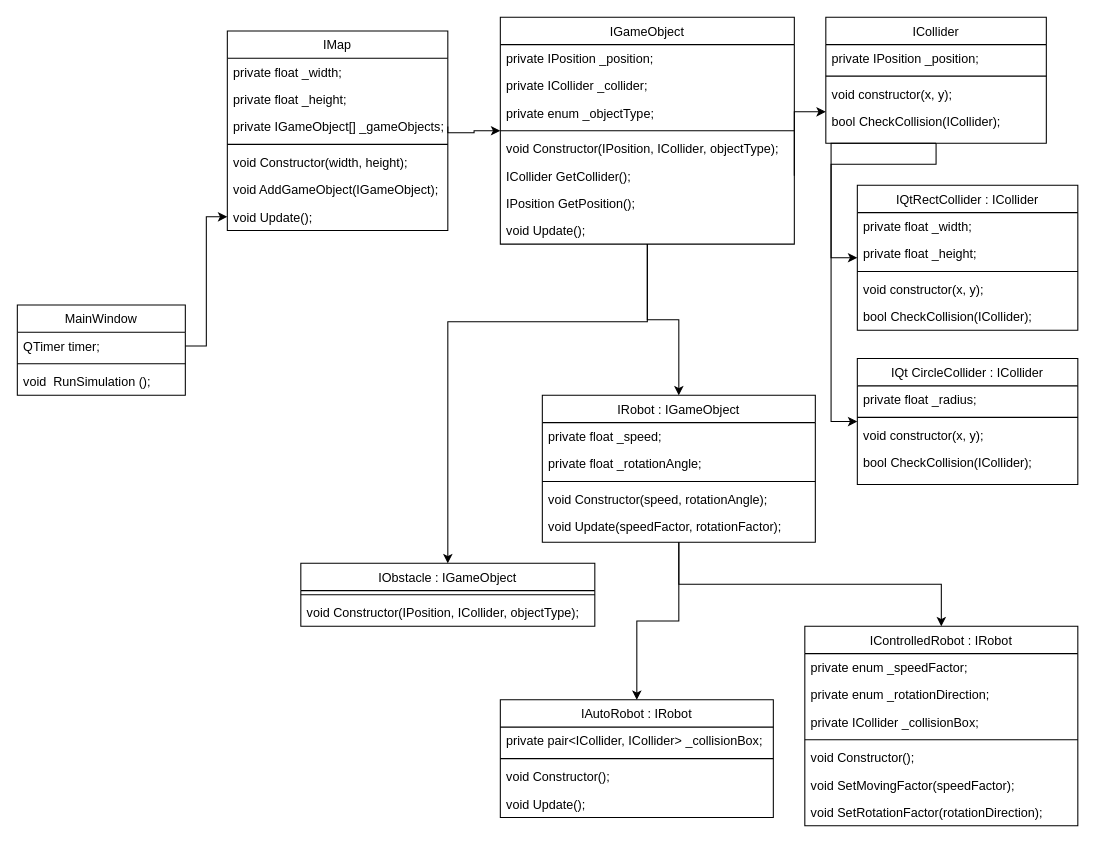
This is icp2024.drawio from 4esterea/icp2024, a draw.io file, before an edit. Source tidied: cells renumbered, new cells numbered last; positions are measured from the earlier drawing's top-left corner, leaving out a move shared by most shapes. Both pictures are drawn from the tidied source at 105%, with x=0, y=0 at pixel (17, 17).
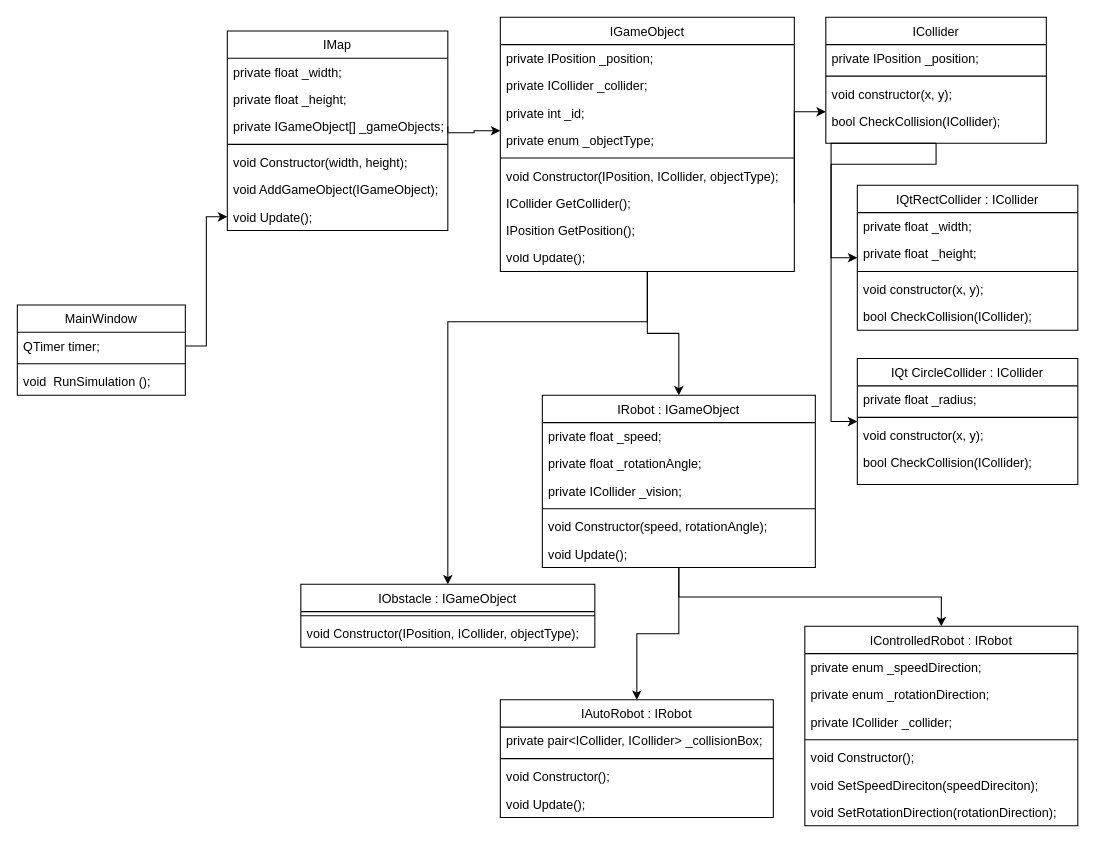
After the change.

The change refers to these unchanged cells:
```xml
<mxCell id="35" value="IControlledRobot : IRobot" style="swimlane;fontStyle=0;align=center;verticalAlign=top;horizontal=1;startSize=26;rounded=0;shadow=0;strokeWidth=1;" parent="1" vertex="1">
  <mxGeometry x="750" y="580" width="260" height="190" as="geometry" />
</mxCell>
```

Diff of the diagram source:
```diff
@@
     <mxCell id="12" value="IGameObject" style="swimlane;fontStyle=0;align=center;verticalAlign=top;horizontal=1;startSize=26;rounded=0;shadow=0;strokeWidth=1;" parent="1" vertex="1">
-      <mxGeometry x="460" width="280" height="216" as="geometry" />
+      <mxGeometry x="460" width="280" height="242" as="geometry" />
     </mxCell>
@@
+    <mxCell id="70" value="private int _id;" style="text;align=left;verticalAlign=top;spacingLeft=4;spacingRight=4;overflow=hidden;rounded=0;shadow=0;html=0;" parent="12" vertex="1">
+      <mxGeometry y="78" width="280" height="26" as="geometry" />
+    </mxCell>
     <mxCell id="15" value="private enum _objectType;" style="text;align=left;verticalAlign=top;spacingLeft=4;spacingRight=4;overflow=hidden;rounded=0;shadow=0;html=0;" parent="12" vertex="1">
-      <mxGeometry y="78" width="280" height="26" as="geometry" />
+      <mxGeometry y="104" width="280" height="26" as="geometry" />
     </mxCell>
     <mxCell id="16" style="line;html=1;strokeWidth=1;align=left;verticalAlign=middle;spacingTop=-1;spacingLeft=3;spacingRight=3;labelPosition=right;" parent="12" vertex="1">
-      <mxGeometry y="104" width="280" height="8" as="geometry" />
+      <mxGeometry y="130" width="280" height="8" as="geometry" />
     </mxCell>
     <mxCell id="17" value="void Constructor(IPosition, ICollider, objectType);" style="text;align=left;verticalAlign=top;spacingLeft=4;spacingRight=4;overflow=hidden;" parent="12" vertex="1">
-      <mxGeometry y="112" width="280" height="26" as="geometry" />
+      <mxGeometry y="138" width="280" height="26" as="geometry" />
     </mxCell>
     <mxCell id="18" value="ICollider GetCollider();" style="text;align=left;verticalAlign=top;spacingLeft=4;spacingRight=4;overflow=hidden;points=[[0,0.5],[1,0.5]];portConstraint=eastwest;" parent="12" vertex="1">
-      <mxGeometry y="138" width="280" height="26" as="geometry" />
+      <mxGeometry y="164" width="280" height="26" as="geometry" />
     </mxCell>
     <mxCell id="19" value="IPosition GetPosition();" style="text;align=left;verticalAlign=top;spacingLeft=4;spacingRight=4;overflow=hidden;" parent="12" vertex="1">
-      <mxGeometry y="164" width="280" height="26" as="geometry" />
+      <mxGeometry y="190" width="280" height="26" as="geometry" />
     </mxCell>
     <mxCell id="20" value="void Update();" style="text;align=left;verticalAlign=top;spacingLeft=4;spacingRight=4;overflow=hidden;" parent="12" vertex="1">
-      <mxGeometry y="190" width="280" height="26" as="geometry" />
+      <mxGeometry y="216" width="280" height="26" as="geometry" />
     </mxCell>
@@
     <mxCell id="24" value="IRobot : IGameObject" style="swimlane;fontStyle=0;align=center;verticalAlign=top;horizontal=1;startSize=26;rounded=0;shadow=0;strokeWidth=1;" parent="1" vertex="1">
-      <mxGeometry x="500" y="360" width="260" height="140" as="geometry" />
+      <mxGeometry x="500" y="360" width="260" height="164" as="geometry" />
     </mxCell>
@@
+    <mxCell id="71" value="private ICollider _vision;" style="text;align=left;verticalAlign=top;spacingLeft=4;spacingRight=4;overflow=hidden;rounded=0;shadow=0;html=0;" parent="24" vertex="1">
+      <mxGeometry y="78" width="260" height="26" as="geometry" />
+    </mxCell>
     <mxCell id="27" style="line;html=1;strokeWidth=1;align=left;verticalAlign=middle;spacingTop=-1;spacingLeft=3;spacingRight=3;labelPosition=right;" parent="24" vertex="1">
-      <mxGeometry y="78" width="260" height="8" as="geometry" />
+      <mxGeometry y="104" width="260" height="8" as="geometry" />
     </mxCell>
     <mxCell id="28" value="void Constructor(speed, rotationAngle);" style="text;align=left;verticalAlign=top;spacingLeft=4;spacingRight=4;overflow=hidden;" parent="24" vertex="1">
-      <mxGeometry y="86" width="260" height="26" as="geometry" />
+      <mxGeometry y="112" width="260" height="26" as="geometry" />
     </mxCell>
-    <mxCell id="29" value="void Update(speedFactor, rotationFactor);" style="text;align=left;verticalAlign=top;spacingLeft=4;spacingRight=4;overflow=hidden;" parent="24" vertex="1">
-      <mxGeometry y="112" width="260" height="26" as="geometry" />
+    <mxCell id="29" value="void Update();" style="text;align=left;verticalAlign=top;spacingLeft=4;spacingRight=4;overflow=hidden;" parent="24" vertex="1">
+      <mxGeometry y="138" width="260" height="26" as="geometry" />
     </mxCell>
@@
-    <mxCell id="36" value="private enum _speedFactor;" style="text;align=left;verticalAlign=top;spacingLeft=4;spacingRight=4;overflow=hidden;rounded=0;shadow=0;html=0;" parent="35" vertex="1">
+    <mxCell id="36" value="private enum _speedDirection;" style="text;align=left;verticalAlign=top;spacingLeft=4;spacingRight=4;overflow=hidden;rounded=0;shadow=0;html=0;" parent="35" vertex="1">
       <mxGeometry y="26" width="260" height="26" as="geometry" />
     </mxCell>
@@
-    <mxCell id="38" value="private ICollider _collisionBox;" style="text;align=left;verticalAlign=top;spacingLeft=4;spacingRight=4;overflow=hidden;rounded=0;shadow=0;html=0;" parent="35" vertex="1">
+    <mxCell id="38" value="private ICollider _collider;" style="text;align=left;verticalAlign=top;spacingLeft=4;spacingRight=4;overflow=hidden;rounded=0;shadow=0;html=0;" parent="35" vertex="1">
       <mxGeometry y="78" width="260" height="26" as="geometry" />
     </mxCell>
@@
-    <mxCell id="41" value="void SetMovingFactor(speedFactor);" style="text;align=left;verticalAlign=top;spacingLeft=4;spacingRight=4;overflow=hidden;" parent="35" vertex="1">
+    <mxCell id="41" value="void SetSpeedDireciton(speedDireciton);" style="text;align=left;verticalAlign=top;spacingLeft=4;spacingRight=4;overflow=hidden;" parent="35" vertex="1">
       <mxGeometry y="138" width="260" height="26" as="geometry" />
     </mxCell>
-    <mxCell id="42" value="void SetRotationFactor(rotationDirection);" style="text;align=left;verticalAlign=top;spacingLeft=4;spacingRight=4;overflow=hidden;" parent="35" vertex="1">
+    <mxCell id="42" value="void SetRotationDirection(rotationDirection);" style="text;align=left;verticalAlign=top;spacingLeft=4;spacingRight=4;overflow=hidden;" parent="35" vertex="1">
       <mxGeometry y="164" width="260" height="26" as="geometry" />
     </mxCell>
@@
     <mxCell id="62" value="IObstacle : IGameObject" style="swimlane;fontStyle=0;align=center;verticalAlign=top;horizontal=1;startSize=26;rounded=0;shadow=0;strokeWidth=1;" parent="1" vertex="1">
-      <mxGeometry x="270" y="520" width="280" height="60" as="geometry" />
+      <mxGeometry x="270" y="540" width="280" height="60" as="geometry" />
     </mxCell>
```
